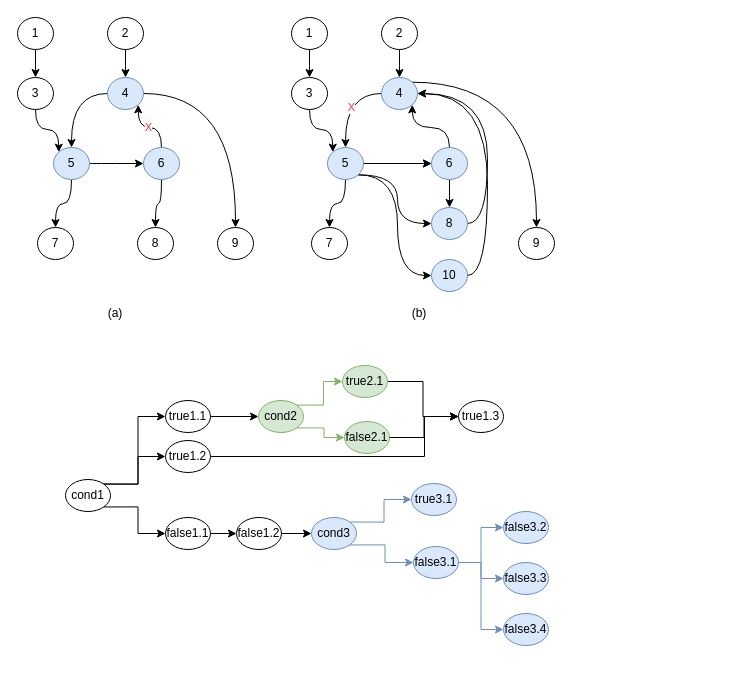
The draw.io diagram page "第 2 页" (2 of 2) of verilator_digrams/专用硬件2_10.drawio in Dercury/CLDK, before the edit. Source tidied: cells renumbered, new cells numbered last; positions are measured from the earlier drawing's top-left corner, leaving out a move shared by most shapes. Both pictures are drawn from the tidied source at 100%, with x=0, y=0 at pixel (17, 17).
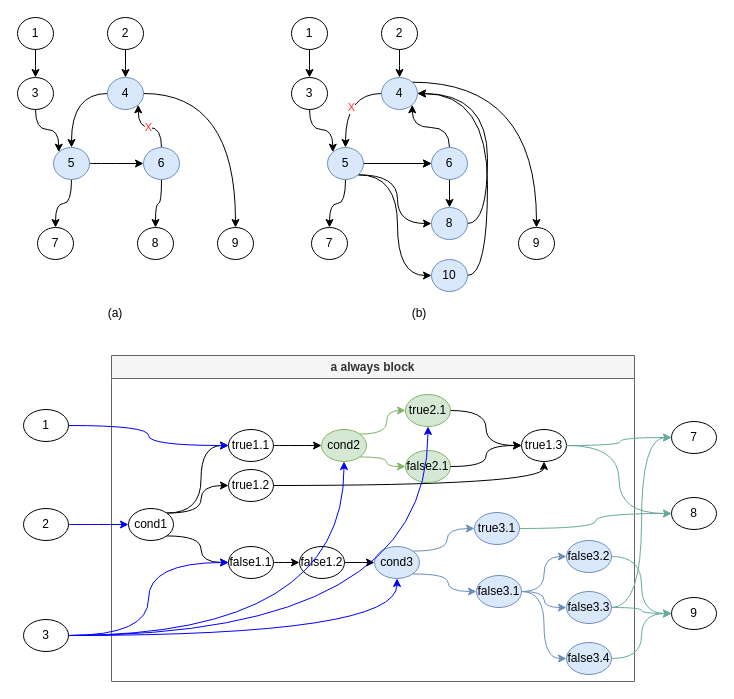
Above is the later version.

Commit message:
更新专用硬件2_10.drawio

What changed in the source:
```diff
@@
+    <mxCell id="77" value="a always block" style="swimlane;whiteSpace=wrap;html=1;fillColor=#f5f5f5;fontColor=#333333;strokeColor=#666666;" parent="1" vertex="1">
+      <mxGeometry x="94" y="338" width="523" height="326" as="geometry" />
+    </mxCell>
-    <mxCell id="46" style="edgeStyle=orthogonalEdgeStyle;rounded=0;jettySize=auto;html=1;exitX=1;exitY=0;exitDx=0;exitDy=0;entryX=0;entryY=0.5;entryDx=0;entryDy=0;" parent="1" edge="1" source="49" target="50">
+    <mxCell id="46" style="edgeStyle=orthogonalEdgeStyle;rounded=0;jettySize=auto;html=1;exitX=1;exitY=0;exitDx=0;exitDy=0;entryX=0;entryY=0.5;entryDx=0;entryDy=0;curved=1;" parent="77" edge="1" source="49" target="50">
       <mxGeometry relative="1" as="geometry" />
     </mxCell>
-    <mxCell id="47" style="edgeStyle=orthogonalEdgeStyle;rounded=0;jettySize=auto;html=1;exitX=1;exitY=1;exitDx=0;exitDy=0;entryX=0;entryY=0.5;entryDx=0;entryDy=0;" parent="1" edge="1" source="49" target="55">
+    <mxCell id="47" style="edgeStyle=orthogonalEdgeStyle;rounded=0;jettySize=auto;html=1;exitX=1;exitY=1;exitDx=0;exitDy=0;entryX=0;entryY=0.5;entryDx=0;entryDy=0;curved=1;" parent="77" edge="1" source="49" target="55">
       <mxGeometry relative="1" as="geometry" />
     </mxCell>
-    <mxCell id="48" style="edgeStyle=orthogonalEdgeStyle;rounded=0;jettySize=auto;html=1;exitX=1;exitY=0;exitDx=0;exitDy=0;entryX=0;entryY=0.5;entryDx=0;entryDy=0;" parent="1" edge="1" source="49" target="53">
+    <mxCell id="48" style="edgeStyle=orthogonalEdgeStyle;rounded=0;jettySize=auto;html=1;exitX=1;exitY=0;exitDx=0;exitDy=0;entryX=0;entryY=0.5;entryDx=0;entryDy=0;curved=1;" parent="77" edge="1" source="49" target="53">
       <mxGeometry relative="1" as="geometry" />
     </mxCell>
-    <mxCell id="49" value="cond1" style="ellipse;whiteSpace=wrap;html=1;" parent="1" vertex="1">
-      <mxGeometry x="48" y="462" width="45" height="32" as="geometry" />
+    <mxCell id="49" value="cond1" style="ellipse;whiteSpace=wrap;html=1;" parent="77" vertex="1">
+      <mxGeometry x="17" y="153" width="45" height="32" as="geometry" />
     </mxCell>
-    <mxCell id="50" value="true1.1" style="ellipse;whiteSpace=wrap;html=1;" parent="1" vertex="1">
-      <mxGeometry x="148" y="383" width="45" height="32" as="geometry" />
+    <mxCell id="50" value="true1.1" style="ellipse;whiteSpace=wrap;html=1;" parent="77" vertex="1">
+      <mxGeometry x="117" y="74" width="45" height="32" as="geometry" />
     </mxCell>
-    <mxCell id="51" style="edgeStyle=orthogonalEdgeStyle;rounded=0;jettySize=auto;html=1;exitX=1;exitY=0.5;exitDx=0;exitDy=0;entryX=0;entryY=0.5;entryDx=0;entryDy=0;" parent="1" edge="1" source="50" target="59">
+    <mxCell id="51" style="edgeStyle=orthogonalEdgeStyle;rounded=0;jettySize=auto;html=1;exitX=1;exitY=0.5;exitDx=0;exitDy=0;entryX=0;entryY=0.5;entryDx=0;entryDy=0;curved=1;" parent="77" edge="1" source="50" target="59">
       <mxGeometry relative="1" as="geometry" />
     </mxCell>
-    <mxCell id="52" style="edgeStyle=orthogonalEdgeStyle;rounded=0;jettySize=auto;html=1;exitX=1;exitY=0.5;exitDx=0;exitDy=0;entryX=0;entryY=0.5;entryDx=0;entryDy=0;" parent="1" edge="1" source="53" target="75">
-      <mxGeometry relative="1" as="geometry">
-        <Array as="points">
-          <mxPoint x="407" y="439" />
-          <mxPoint x="407" y="399" />
-        </Array>
-      </mxGeometry>
+    <mxCell id="52" style="edgeStyle=orthogonalEdgeStyle;rounded=0;jettySize=auto;html=1;curved=1;" parent="77" edge="1" source="53" target="75">
+      <mxGeometry relative="1" as="geometry" />
     </mxCell>
-    <mxCell id="53" value="true1.2" style="ellipse;whiteSpace=wrap;html=1;" parent="1" vertex="1">
-      <mxGeometry x="148" y="423" width="45" height="32" as="geometry" />
+    <mxCell id="53" value="true1.2" style="ellipse;whiteSpace=wrap;html=1;" parent="77" vertex="1">
+      <mxGeometry x="117" y="114" width="45" height="32" as="geometry" />
     </mxCell>
-    <mxCell id="54" style="edgeStyle=orthogonalEdgeStyle;rounded=0;jettySize=auto;html=1;exitX=1;exitY=0.5;exitDx=0;exitDy=0;entryX=0;entryY=0.5;entryDx=0;entryDy=0;" parent="1" edge="1" source="55" target="57">
+    <mxCell id="54" style="edgeStyle=orthogonalEdgeStyle;rounded=0;jettySize=auto;html=1;exitX=1;exitY=0.5;exitDx=0;exitDy=0;entryX=0;entryY=0.5;entryDx=0;entryDy=0;curved=1;" parent="77" edge="1" source="55" target="57">
       <mxGeometry relative="1" as="geometry" />
     </mxCell>
-    <mxCell id="55" value="false1.1" style="ellipse;whiteSpace=wrap;html=1;" parent="1" vertex="1">
-      <mxGeometry x="148" y="500" width="45" height="32" as="geometry" />
+    <mxCell id="55" value="false1.1" style="ellipse;whiteSpace=wrap;html=1;" parent="77" vertex="1">
+      <mxGeometry x="117" y="191" width="45" height="32" as="geometry" />
     </mxCell>
-    <mxCell id="56" style="edgeStyle=orthogonalEdgeStyle;rounded=0;jettySize=auto;html=1;exitX=1;exitY=0.5;exitDx=0;exitDy=0;" parent="1" edge="1" source="57" target="65">
+    <mxCell id="56" style="edgeStyle=orthogonalEdgeStyle;rounded=0;jettySize=auto;html=1;exitX=1;exitY=0.5;exitDx=0;exitDy=0;curved=1;" parent="77" edge="1" source="57" target="65">
       <mxGeometry relative="1" as="geometry" />
     </mxCell>
-    <mxCell id="57" value="false1.2" style="ellipse;whiteSpace=wrap;html=1;" parent="1" vertex="1">
-      <mxGeometry x="219" y="500" width="45" height="32" as="geometry" />
+    <mxCell id="57" value="false1.2" style="ellipse;whiteSpace=wrap;html=1;" parent="77" vertex="1">
+      <mxGeometry x="188" y="191" width="45" height="32" as="geometry" />
     </mxCell>
-    <mxCell id="58" style="edgeStyle=orthogonalEdgeStyle;rounded=0;jettySize=auto;html=1;exitX=1;exitY=0;exitDx=0;exitDy=0;entryX=0;entryY=0.5;entryDx=0;entryDy=0;fillColor=#d5e8d4;strokeColor=#82b366;" parent="1" edge="1" source="59" target="61">
+    <mxCell id="58" style="edgeStyle=orthogonalEdgeStyle;rounded=0;jettySize=auto;html=1;exitX=1;exitY=0;exitDx=0;exitDy=0;entryX=0;entryY=0.5;entryDx=0;entryDy=0;fillColor=#d5e8d4;strokeColor=#82b366;curved=1;" parent="77" edge="1" source="59" target="61">
       <mxGeometry relative="1" as="geometry" />
     </mxCell>
-    <mxCell id="59" value="cond2" style="ellipse;whiteSpace=wrap;html=1;fillColor=#d5e8d4;strokeColor=#82b366;" parent="1" vertex="1">
-      <mxGeometry x="241" y="383" width="45" height="32" as="geometry" />
+    <mxCell id="59" value="cond2" style="ellipse;whiteSpace=wrap;html=1;fillColor=#d5e8d4;strokeColor=#82b366;" parent="77" vertex="1">
+      <mxGeometry x="210" y="74" width="45" height="32" as="geometry" />
     </mxCell>
-    <mxCell id="60" style="edgeStyle=orthogonalEdgeStyle;rounded=0;jettySize=auto;html=1;exitX=1;exitY=0.5;exitDx=0;exitDy=0;entryX=0;entryY=0.5;entryDx=0;entryDy=0;" parent="1" edge="1" source="61" target="75">
+    <mxCell id="60" style="edgeStyle=orthogonalEdgeStyle;rounded=0;jettySize=auto;html=1;exitX=1;exitY=0.5;exitDx=0;exitDy=0;entryX=0;entryY=0.5;entryDx=0;entryDy=0;curved=1;" parent="77" edge="1" source="61" target="75">
       <mxGeometry relative="1" as="geometry" />
     </mxCell>
-    <mxCell id="61" value="true2.1" style="ellipse;whiteSpace=wrap;html=1;fillColor=#d5e8d4;strokeColor=#82b366;" parent="1" vertex="1">
-      <mxGeometry x="325" y="348" width="45" height="32" as="geometry" />
+    <mxCell id="61" value="true2.1" style="ellipse;whiteSpace=wrap;html=1;fillColor=#d5e8d4;strokeColor=#82b366;" parent="77" vertex="1">
+      <mxGeometry x="294" y="39" width="45" height="32" as="geometry" />
     </mxCell>
-    <mxCell id="62" value="false2.1" style="ellipse;whiteSpace=wrap;html=1;fillColor=#d5e8d4;strokeColor=#82b366;" parent="1" vertex="1">
-      <mxGeometry x="327" y="404" width="45" height="32" as="geometry" />
+    <mxCell id="62" value="false2.1" style="ellipse;whiteSpace=wrap;html=1;fillColor=#d5e8d4;strokeColor=#82b366;" parent="77" vertex="1">
+      <mxGeometry x="294" y="95" width="45" height="32" as="geometry" />
     </mxCell>
-    <mxCell id="63" style="edgeStyle=orthogonalEdgeStyle;rounded=0;jettySize=auto;html=1;exitX=1;exitY=1;exitDx=0;exitDy=0;entryX=0;entryY=0.5;entryDx=0;entryDy=0;fillColor=#d5e8d4;strokeColor=#82b366;" parent="1" edge="1" source="59" target="62">
+    <mxCell id="63" style="edgeStyle=orthogonalEdgeStyle;rounded=0;jettySize=auto;html=1;exitX=1;exitY=1;exitDx=0;exitDy=0;entryX=0;entryY=0.5;entryDx=0;entryDy=0;fillColor=#d5e8d4;strokeColor=#82b366;curved=1;" parent="77" edge="1" source="59" target="62">
       <mxGeometry relative="1" as="geometry" />
     </mxCell>
-    <mxCell id="64" style="edgeStyle=orthogonalEdgeStyle;rounded=0;jettySize=auto;html=1;exitX=1;exitY=0;exitDx=0;exitDy=0;entryX=0;entryY=0.5;entryDx=0;entryDy=0;fillColor=#dae8fc;strokeColor=#6c8ebf;" parent="1" edge="1" source="65" target="66">
+    <mxCell id="64" style="edgeStyle=orthogonalEdgeStyle;rounded=0;jettySize=auto;html=1;exitX=1;exitY=0;exitDx=0;exitDy=0;entryX=0;entryY=0.5;entryDx=0;entryDy=0;fillColor=#dae8fc;strokeColor=#6c8ebf;curved=1;" parent="77" edge="1" source="65" target="66">
       <mxGeometry relative="1" as="geometry" />
     </mxCell>
-    <mxCell id="65" value="cond3" style="ellipse;whiteSpace=wrap;html=1;fillColor=#dae8fc;strokeColor=#6c8ebf;" parent="1" vertex="1">
-      <mxGeometry x="294" y="500" width="45" height="32" as="geometry" />
+    <mxCell id="65" value="cond3" style="ellipse;whiteSpace=wrap;html=1;fillColor=#dae8fc;strokeColor=#6c8ebf;" parent="77" vertex="1">
+      <mxGeometry x="263" y="191" width="45" height="32" as="geometry" />
     </mxCell>
-    <mxCell id="66" value="true3.1" style="ellipse;whiteSpace=wrap;html=1;fillColor=#dae8fc;strokeColor=#6c8ebf;" parent="1" vertex="1">
-      <mxGeometry x="394" y="466" width="45" height="32" as="geometry" />
+    <mxCell id="66" value="true3.1" style="ellipse;whiteSpace=wrap;html=1;fillColor=#dae8fc;strokeColor=#6c8ebf;" parent="77" vertex="1">
+      <mxGeometry x="363" y="157" width="45" height="32" as="geometry" />
     </mxCell>
-    <mxCell id="67" style="edgeStyle=orthogonalEdgeStyle;rounded=0;jettySize=auto;html=1;exitX=1;exitY=0.5;exitDx=0;exitDy=0;entryX=0;entryY=0.5;entryDx=0;entryDy=0;fillColor=#dae8fc;strokeColor=#6c8ebf;" parent="1" edge="1" source="70" target="72">
+    <mxCell id="67" style="edgeStyle=orthogonalEdgeStyle;rounded=0;jettySize=auto;html=1;exitX=1;exitY=0.5;exitDx=0;exitDy=0;entryX=0;entryY=0.5;entryDx=0;entryDy=0;fillColor=#dae8fc;strokeColor=#6c8ebf;curved=1;" parent="77" edge="1" source="70" target="72">
       <mxGeometry relative="1" as="geometry" />
     </mxCell>
-    <mxCell id="68" style="edgeStyle=orthogonalEdgeStyle;rounded=0;jettySize=auto;html=1;exitX=1;exitY=0.5;exitDx=0;exitDy=0;fillColor=#dae8fc;strokeColor=#6c8ebf;" parent="1" edge="1" source="70" target="73">
+    <mxCell id="68" style="edgeStyle=orthogonalEdgeStyle;rounded=0;jettySize=auto;html=1;exitX=1;exitY=0.5;exitDx=0;exitDy=0;fillColor=#dae8fc;strokeColor=#6c8ebf;curved=1;" parent="77" edge="1" source="70" target="73">
       <mxGeometry relative="1" as="geometry" />
     </mxCell>
-    <mxCell id="69" style="edgeStyle=orthogonalEdgeStyle;rounded=0;jettySize=auto;html=1;exitX=1;exitY=0.5;exitDx=0;exitDy=0;entryX=0;entryY=0.5;entryDx=0;entryDy=0;fillColor=#dae8fc;strokeColor=#6c8ebf;" parent="1" edge="1" source="70" target="74">
+    <mxCell id="69" style="edgeStyle=orthogonalEdgeStyle;rounded=0;jettySize=auto;html=1;exitX=1;exitY=0.5;exitDx=0;exitDy=0;entryX=0;entryY=0.5;entryDx=0;entryDy=0;fillColor=#dae8fc;strokeColor=#6c8ebf;curved=1;" parent="77" edge="1" source="70" target="74">
       <mxGeometry relative="1" as="geometry" />
     </mxCell>
-    <mxCell id="70" value="false3.1" style="ellipse;whiteSpace=wrap;html=1;fillColor=#dae8fc;strokeColor=#6c8ebf;" parent="1" vertex="1">
-      <mxGeometry x="396" y="529" width="45" height="32" as="geometry" />
+    <mxCell id="70" value="false3.1" style="ellipse;whiteSpace=wrap;html=1;fillColor=#dae8fc;strokeColor=#6c8ebf;" parent="77" vertex="1">
+      <mxGeometry x="365" y="220" width="45" height="32" as="geometry" />
     </mxCell>
-    <mxCell id="71" style="edgeStyle=orthogonalEdgeStyle;rounded=0;jettySize=auto;html=1;exitX=1;exitY=1;exitDx=0;exitDy=0;entryX=0;entryY=0.5;entryDx=0;entryDy=0;fillColor=#dae8fc;strokeColor=#6c8ebf;" parent="1" edge="1" source="65" target="70">
+    <mxCell id="71" style="edgeStyle=orthogonalEdgeStyle;rounded=0;jettySize=auto;html=1;exitX=1;exitY=1;exitDx=0;exitDy=0;entryX=0;entryY=0.5;entryDx=0;entryDy=0;fillColor=#dae8fc;strokeColor=#6c8ebf;curved=1;" parent="77" edge="1" source="65" target="70">
       <mxGeometry relative="1" as="geometry" />
     </mxCell>
-    <mxCell id="72" value="false3.2" style="ellipse;whiteSpace=wrap;html=1;fillColor=#dae8fc;strokeColor=#6c8ebf;" parent="1" vertex="1">
-      <mxGeometry x="486" y="494" width="45" height="32" as="geometry" />
+    <mxCell id="72" value="false3.2" style="ellipse;whiteSpace=wrap;html=1;fillColor=#dae8fc;strokeColor=#6c8ebf;" parent="77" vertex="1">
+      <mxGeometry x="455" y="185" width="45" height="32" as="geometry" />
     </mxCell>
-    <mxCell id="73" value="false3.3" style="ellipse;whiteSpace=wrap;html=1;fillColor=#dae8fc;strokeColor=#6c8ebf;" parent="1" vertex="1">
-      <mxGeometry x="486" y="545" width="45" height="32" as="geometry" />
+    <mxCell id="73" value="false3.3" style="ellipse;whiteSpace=wrap;html=1;fillColor=#dae8fc;strokeColor=#6c8ebf;" parent="77" vertex="1">
+      <mxGeometry x="455" y="236" width="45" height="32" as="geometry" />
     </mxCell>
-    <mxCell id="74" value="false3.4" style="ellipse;whiteSpace=wrap;html=1;fillColor=#dae8fc;strokeColor=#6c8ebf;" parent="1" vertex="1">
-      <mxGeometry x="486" y="596" width="45" height="32" as="geometry" />
+    <mxCell id="74" value="false3.4" style="ellipse;whiteSpace=wrap;html=1;fillColor=#dae8fc;strokeColor=#6c8ebf;" parent="77" vertex="1">
+      <mxGeometry x="455" y="287" width="45" height="32" as="geometry" />
     </mxCell>
-    <mxCell id="75" value="true1.3" style="ellipse;whiteSpace=wrap;html=1;" parent="1" vertex="1">
-      <mxGeometry x="441" y="383" width="45" height="32" as="geometry" />
+    <mxCell id="75" value="true1.3" style="ellipse;whiteSpace=wrap;html=1;" parent="77" vertex="1">
+      <mxGeometry x="410" y="74" width="45" height="32" as="geometry" />
     </mxCell>
-    <mxCell id="76" style="edgeStyle=orthogonalEdgeStyle;rounded=0;jettySize=auto;html=1;exitX=1;exitY=0.5;exitDx=0;exitDy=0;" parent="1" edge="1" source="62" target="75">
+    <mxCell id="76" style="edgeStyle=orthogonalEdgeStyle;rounded=0;jettySize=auto;html=1;exitX=1;exitY=0.5;exitDx=0;exitDy=0;curved=1;" parent="77" edge="1" source="62" target="75">
       <mxGeometry relative="1" as="geometry" />
     </mxCell>
+    <mxCell id="78" value="1" style="ellipse;whiteSpace=wrap;html=1;" parent="1" vertex="1">
+      <mxGeometry x="6" y="392" width="45" height="32" as="geometry" />
+    </mxCell>
+    <mxCell id="79" style="edgeStyle=orthogonalEdgeStyle;rounded=0;jettySize=auto;html=1;exitX=1;exitY=0.5;exitDx=0;exitDy=0;entryX=0;entryY=0.5;entryDx=0;entryDy=0;curved=1;strokeColor=#0000FF;" parent="1" edge="1" source="80" target="49">
+      <mxGeometry relative="1" as="geometry" />
+    </mxCell>
+    <mxCell id="80" value="2" style="ellipse;whiteSpace=wrap;html=1;" parent="1" vertex="1">
+      <mxGeometry x="6" y="491" width="45" height="32" as="geometry" />
+    </mxCell>
+    <mxCell id="81" value="7" style="ellipse;whiteSpace=wrap;html=1;" parent="1" vertex="1">
+      <mxGeometry x="654" y="404" width="45" height="32" as="geometry" />
+    </mxCell>
+    <mxCell id="82" value="8" style="ellipse;whiteSpace=wrap;html=1;" parent="1" vertex="1">
+      <mxGeometry x="654" y="480" width="45" height="32" as="geometry" />
+    </mxCell>
+    <mxCell id="83" value="9" style="ellipse;whiteSpace=wrap;html=1;" parent="1" vertex="1">
+      <mxGeometry x="654" y="580" width="45" height="32" as="geometry" />
+    </mxCell>
+    <mxCell id="84" style="edgeStyle=orthogonalEdgeStyle;rounded=0;jettySize=auto;html=1;exitX=1;exitY=0.5;exitDx=0;exitDy=0;entryX=0;entryY=0.5;entryDx=0;entryDy=0;curved=1;strokeColor=#67AB9F;" parent="1" edge="1" source="75" target="81">
+      <mxGeometry relative="1" as="geometry">
+        <Array as="points">
+          <mxPoint x="603" y="428" />
+          <mxPoint x="603" y="420" />
+        </Array>
+      </mxGeometry>
+    </mxCell>
+    <mxCell id="85" style="edgeStyle=orthogonalEdgeStyle;rounded=0;jettySize=auto;html=1;exitX=1;exitY=0.5;exitDx=0;exitDy=0;entryX=0;entryY=0.5;entryDx=0;entryDy=0;curved=1;strokeColor=#67AB9F;" parent="1" edge="1" source="75" target="82">
+      <mxGeometry relative="1" as="geometry" />
+    </mxCell>
+    <mxCell id="86" style="edgeStyle=orthogonalEdgeStyle;rounded=0;jettySize=auto;html=1;exitX=1;exitY=0.5;exitDx=0;exitDy=0;curved=1;strokeColor=#67AB9F;" parent="1" edge="1" source="66" target="82">
+      <mxGeometry relative="1" as="geometry" />
+    </mxCell>
+    <mxCell id="87" style="edgeStyle=orthogonalEdgeStyle;rounded=0;jettySize=auto;html=1;entryX=0;entryY=0.5;entryDx=0;entryDy=0;curved=1;strokeColor=#67AB9F;" parent="1" edge="1" source="72" target="83">
+      <mxGeometry relative="1" as="geometry" />
+    </mxCell>
+    <mxCell id="88" style="edgeStyle=orthogonalEdgeStyle;rounded=0;jettySize=auto;html=1;exitX=1;exitY=0.5;exitDx=0;exitDy=0;entryX=0;entryY=0.5;entryDx=0;entryDy=0;curved=1;strokeColor=#67AB9F;" parent="1" edge="1" source="73" target="83">
+      <mxGeometry relative="1" as="geometry" />
+    </mxCell>
+    <mxCell id="89" style="edgeStyle=orthogonalEdgeStyle;rounded=0;jettySize=auto;html=1;exitX=1;exitY=0.5;exitDx=0;exitDy=0;entryX=0;entryY=0.5;entryDx=0;entryDy=0;curved=1;strokeColor=#67AB9F;" parent="1" edge="1" source="73" target="81">
+      <mxGeometry relative="1" as="geometry" />
+    </mxCell>
+    <mxCell id="90" style="edgeStyle=orthogonalEdgeStyle;rounded=0;jettySize=auto;html=1;exitX=1;exitY=0.5;exitDx=0;exitDy=0;entryX=0;entryY=0.5;entryDx=0;entryDy=0;curved=1;strokeColor=#67AB9F;" parent="1" edge="1" source="74" target="83">
+      <mxGeometry relative="1" as="geometry" />
+    </mxCell>
+    <mxCell id="91" style="edgeStyle=orthogonalEdgeStyle;rounded=0;jettySize=auto;html=1;exitX=1;exitY=0.5;exitDx=0;exitDy=0;curved=1;strokeColor=#0000FF;" parent="1" edge="1" source="78" target="50">
+      <mxGeometry relative="1" as="geometry" />
+    </mxCell>
+    <mxCell id="92" style="edgeStyle=orthogonalEdgeStyle;rounded=0;jettySize=auto;html=1;exitX=1;exitY=0.5;exitDx=0;exitDy=0;entryX=0;entryY=0.5;entryDx=0;entryDy=0;curved=1;strokeColor=#0000FF;" parent="1" edge="1" source="95" target="55">
+      <mxGeometry relative="1" as="geometry" />
+    </mxCell>
+    <mxCell id="93" style="edgeStyle=orthogonalEdgeStyle;rounded=0;jettySize=auto;html=1;exitX=1;exitY=0.5;exitDx=0;exitDy=0;curved=1;strokeColor=#0000FF;" parent="1" edge="1" source="95" target="65">
+      <mxGeometry relative="1" as="geometry" />
+    </mxCell>
+    <mxCell id="94" style="edgeStyle=orthogonalEdgeStyle;rounded=0;jettySize=auto;html=1;exitX=1;exitY=0.5;exitDx=0;exitDy=0;curved=1;strokeColor=#0000FF;" parent="1" edge="1" source="95" target="61">
+      <mxGeometry relative="1" as="geometry" />
+    </mxCell>
+    <mxCell id="95" value="3" style="ellipse;whiteSpace=wrap;html=1;" parent="1" vertex="1">
+      <mxGeometry x="6" y="602" width="45" height="32" as="geometry" />
+    </mxCell>
+    <mxCell id="96" style="edgeStyle=orthogonalEdgeStyle;rounded=0;jettySize=auto;html=1;exitX=1;exitY=0.5;exitDx=0;exitDy=0;curved=1;strokeColor=#0000FF;" parent="1" edge="1" source="95" target="59">
+      <mxGeometry relative="1" as="geometry" />
+    </mxCell>
```
